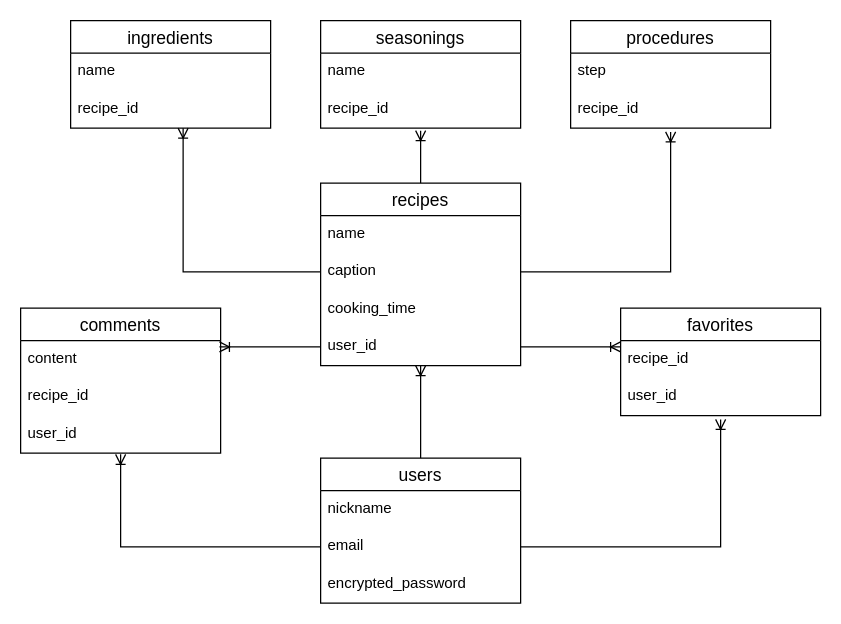
Above: rakumeshi_db.dio in onitsuyo/rakumeshi (draw.io), before the change. Source tidied: cells renumbered, new cells numbered last; positions are measured from the earlier drawing's top-left corner, leaving out a move shared by most shapes. Both pictures are drawn from the tidied source at 125%, with x=0, y=0 at pixel (20, 20).
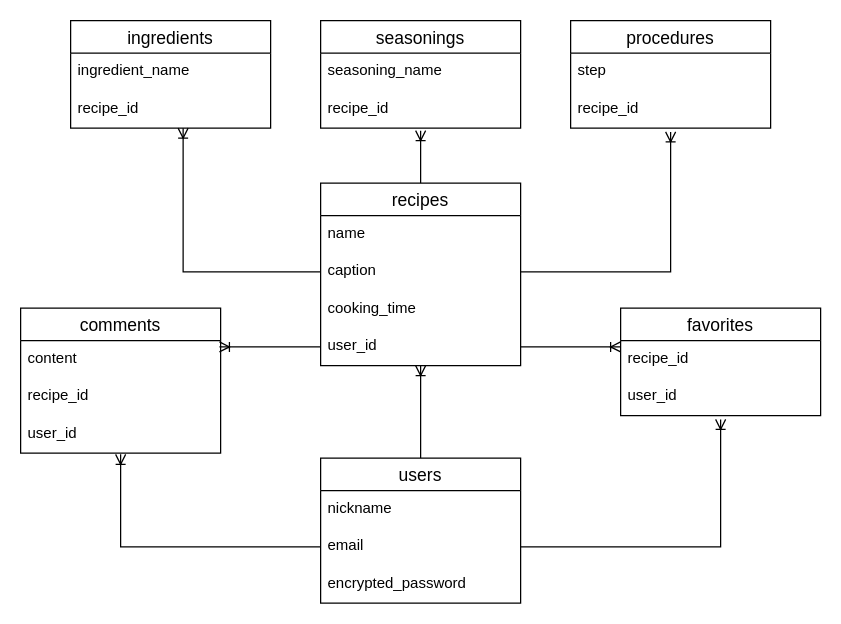
The same diagram, later.

Unchanged cells that the change refers to:
```xml
<mxCell id="13" value="ingredients" style="swimlane;fontStyle=0;horizontal=1;startSize=26;align=center;fontSize=14;" parent="1" vertex="1">
  <mxGeometry x="40" width="160" height="86" as="geometry" />
</mxCell>
<mxCell id="16" value="seasonings" style="swimlane;fontStyle=0;horizontal=1;startSize=26;align=center;fontSize=14;" parent="1" vertex="1">
  <mxGeometry x="240" width="160" height="86" as="geometry" />
</mxCell>
```

The edit, as a diff of the source:
```diff
@@
-    <mxCell id="14" value="name" style="text;strokeColor=none;fillColor=none;spacingLeft=4;spacingRight=4;overflow=hidden;fontSize=12;" parent="13" vertex="1">
+    <mxCell id="14" value="ingredient_name" style="text;strokeColor=none;fillColor=none;spacingLeft=4;spacingRight=4;overflow=hidden;fontSize=12;" parent="13" vertex="1">
       <mxGeometry y="26" width="160" height="30" as="geometry" />
     </mxCell>
@@
-    <mxCell id="17" value="name" style="text;strokeColor=none;fillColor=none;spacingLeft=4;spacingRight=4;overflow=hidden;fontSize=12;" parent="16" vertex="1">
+    <mxCell id="17" value="seasoning_name" style="text;strokeColor=none;fillColor=none;spacingLeft=4;spacingRight=4;overflow=hidden;fontSize=12;" parent="16" vertex="1">
       <mxGeometry y="26" width="160" height="30" as="geometry" />
     </mxCell>
```
